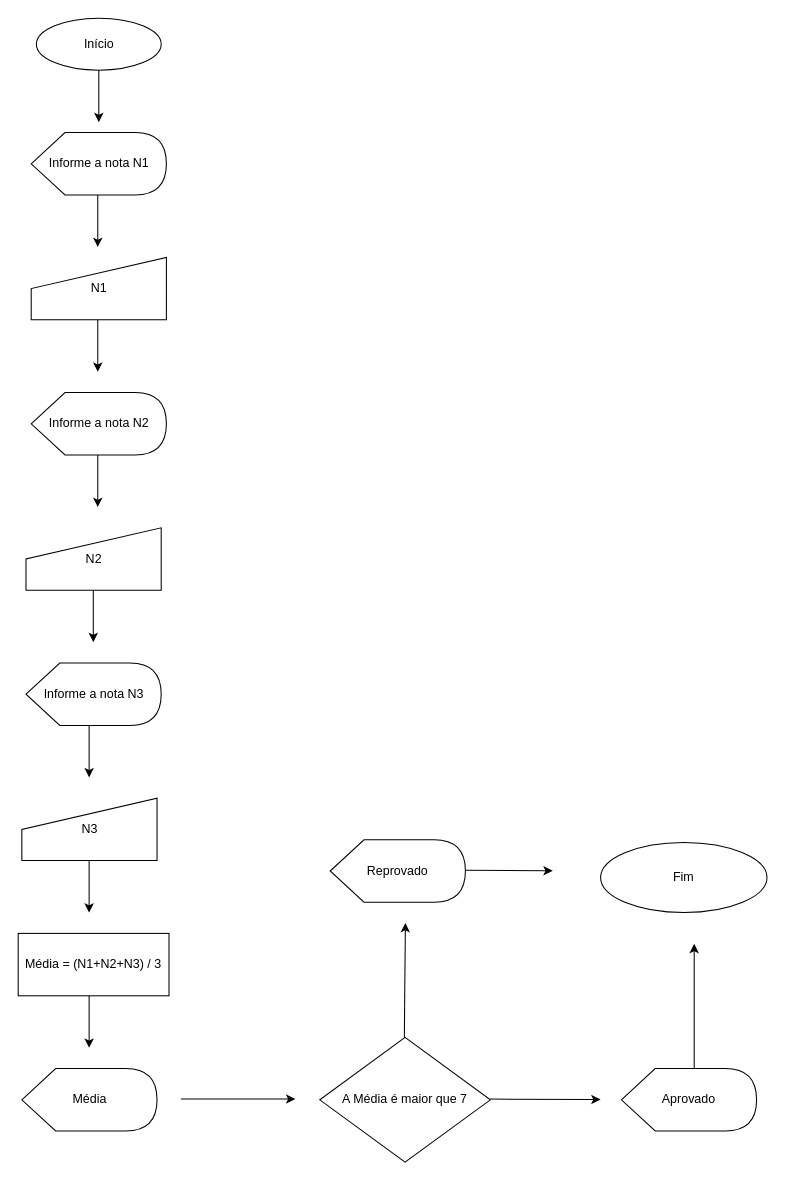
renato-wessmer/SENAI-Front-End keeps this draw.io diagram as 06 - Lógica de programação/Diagrama sem nome.drawio. Above is the earlier version. Source tidied: cells renumbered, new cells numbered last; positions are measured from the earlier drawing's top-left corner, leaving out a move shared by most shapes. Both pictures are drawn from the tidied source at 104%, with x=0, y=0 at pixel (18, 18).
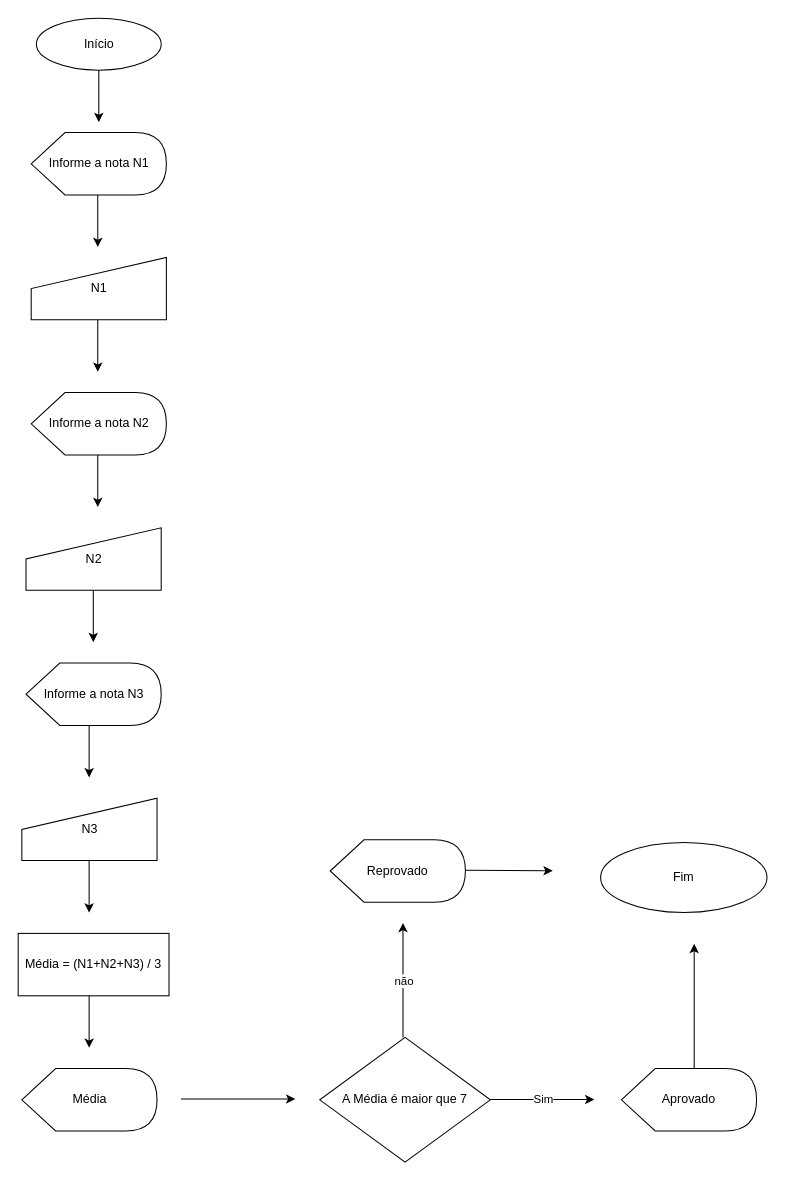
After the change.

Commit message:
Fluxograma_média_de_notas

What changed in the source:
```diff
@@
-    <mxCell id="16" style="endArrow=classic;html=1;rounded=0;" parent="1" edge="1">
-      <mxGeometry relative="1" as="geometry">
-        <mxPoint x="371.3" y="980" as="sourcePoint" />
-        <mxPoint x="372.3" y="870" as="targetPoint" />
-      </mxGeometry>
-    </mxCell>
-    <mxCell id="17" style="endArrow=classic;html=1;rounded=0;" parent="1" edge="1">
-      <mxGeometry relative="1" as="geometry">
-        <mxPoint x="454" y="1039.3" as="sourcePoint" />
-        <mxPoint x="560" y="1039.8" as="targetPoint" />
-      </mxGeometry>
-    </mxCell>
@@
+    <mxCell id="28" style="endArrow=classic;html=1;rounded=0;" parent="1" edge="1">
+      <mxGeometry relative="1" as="geometry">
+        <mxPoint x="370" y="980" as="sourcePoint" />
+        <mxPoint x="370" y="870" as="targetPoint" />
+      </mxGeometry>
+    </mxCell>
+    <mxCell id="29" value="não" style="edgeLabel;html=1;align=center;verticalAlign=middle;" parent="28" vertex="1">
+      <mxGeometry relative="1" as="geometry" />
+    </mxCell>
+    <mxCell id="30" style="endArrow=classic;html=1;rounded=0;" parent="1" edge="1">
+      <mxGeometry relative="1" as="geometry">
+        <mxPoint x="454" y="1039.7" as="sourcePoint" />
+        <mxPoint x="554" y="1039.7" as="targetPoint" />
+      </mxGeometry>
+    </mxCell>
+    <mxCell id="31" value="Sim" style="edgeLabel;html=1;align=center;verticalAlign=middle;" parent="30" vertex="1">
+      <mxGeometry relative="1" as="geometry" />
+    </mxCell>
```
